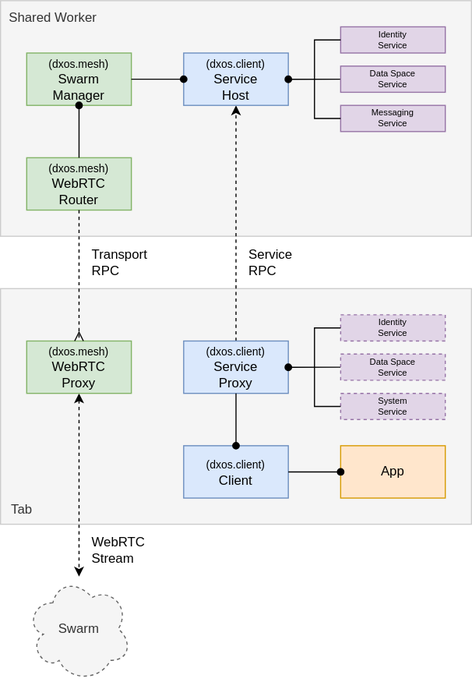
Earlier version of the draw.io export docs/docs/design/diagrams/client-webrtc-router.drawio.svg (dxos/dxos). Source tidied: cells renumbered, new cells last; positions are measured from the earlier drawing's top-left corner, leaving out a move shared by most shapes.
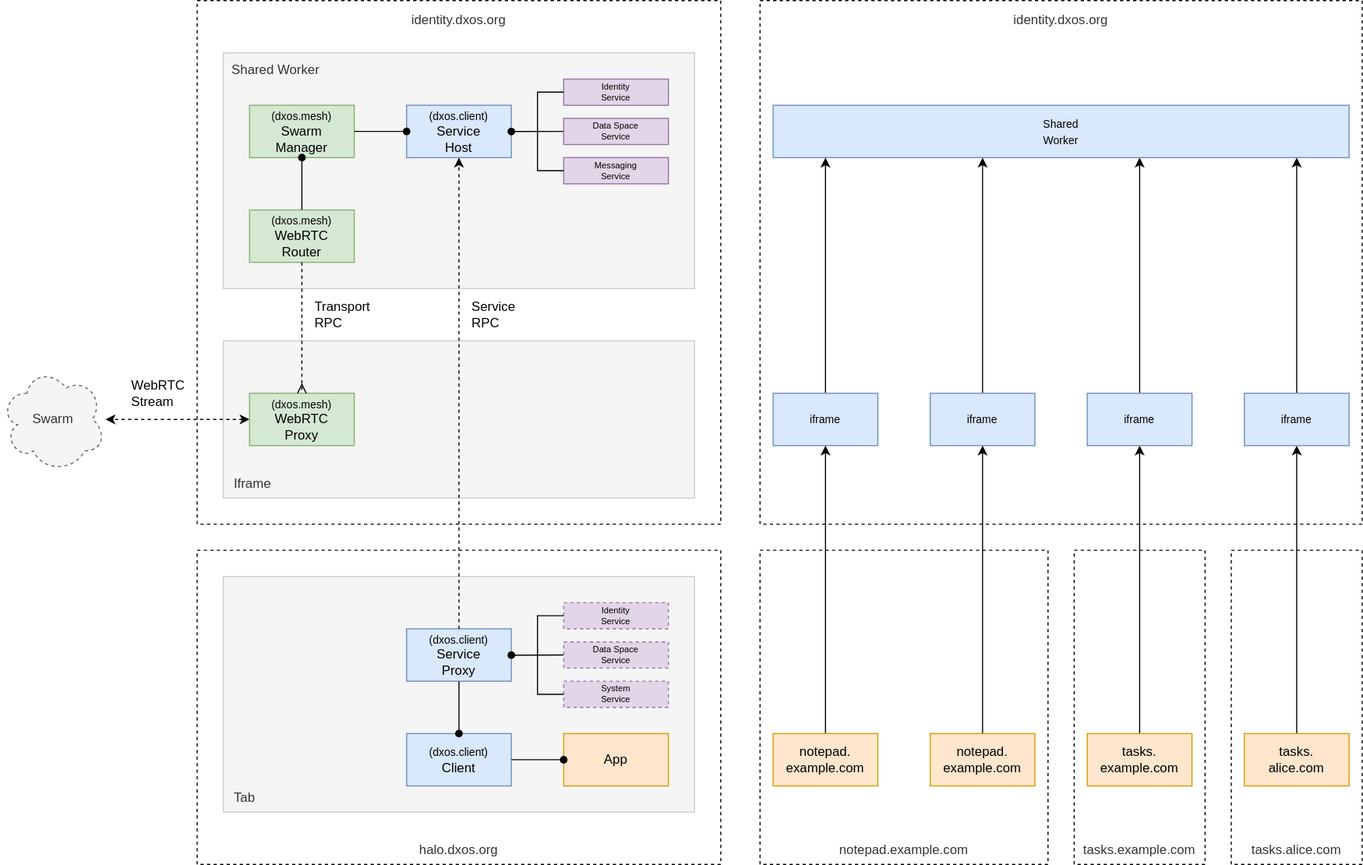
The same diagram one commit later.

Commit message:
docs: Restore client diagram (#1600)

Change to the diagram source:
```diff
@@ -2,13 +2,31 @@
   <root>
     <mxCell id="0" />
     <mxCell id="1" parent="0" />
+    <mxCell id="34" value="notepad.example.com" style="rounded=0;whiteSpace=wrap;html=1;fillColor=none;fontColor=#333333;strokeColor=default;verticalAlign=bottom;spacingBottom=4;spacingTop=4;align=center;spacingRight=8;spacingLeft=8;dashed=1;" parent="1" vertex="1">
+      <mxGeometry x="492" y="456" width="264" height="288" as="geometry" />
+    </mxCell>
+    <mxCell id="35" value="tasks.alice.com" style="rounded=0;whiteSpace=wrap;html=1;fillColor=none;fontColor=#333333;strokeColor=default;verticalAlign=bottom;spacingBottom=4;spacingTop=4;align=center;spacingRight=8;spacingLeft=8;dashed=1;" parent="1" vertex="1">
+      <mxGeometry x="924" y="456" width="120" height="288" as="geometry" />
+    </mxCell>
+    <mxCell id="36" value="tasks.example.com" style="rounded=0;whiteSpace=wrap;html=1;fillColor=none;fontColor=#333333;strokeColor=default;verticalAlign=bottom;spacingBottom=4;spacingTop=4;align=center;spacingRight=8;spacingLeft=8;dashed=1;" parent="1" vertex="1">
+      <mxGeometry x="780" y="456" width="120" height="288" as="geometry" />
+    </mxCell>
+    <mxCell id="37" value="identity.dxos.org" style="rounded=0;whiteSpace=wrap;html=1;fillColor=none;fontColor=#333333;strokeColor=default;verticalAlign=top;spacingBottom=4;spacingTop=4;align=center;spacingRight=8;spacingLeft=8;dashed=1;" parent="1" vertex="1">
+      <mxGeometry x="492" y="-48" width="552" height="480" as="geometry" />
+    </mxCell>
+    <mxCell id="38" value="halo.dxos.org" style="rounded=0;whiteSpace=wrap;html=1;fillColor=none;fontColor=#333333;strokeColor=default;verticalAlign=bottom;spacingBottom=4;spacingTop=4;align=center;spacingRight=8;spacingLeft=8;dashed=1;" parent="1" vertex="1">
+      <mxGeometry x="-24" y="456" width="480" height="288" as="geometry" />
+    </mxCell>
+    <mxCell id="39" value="identity.dxos.org" style="rounded=0;whiteSpace=wrap;html=1;fillColor=none;fontColor=#333333;strokeColor=default;verticalAlign=top;spacingBottom=4;spacingTop=4;align=center;spacingRight=8;spacingLeft=8;dashed=1;" parent="1" vertex="1">
+      <mxGeometry x="-24" y="-48" width="480" height="480" as="geometry" />
+    </mxCell>
     <mxCell id="2" value="Shared Worker" style="rounded=0;whiteSpace=wrap;html=1;fillColor=#f5f5f5;fontColor=#333333;strokeColor=#CCCCCC;verticalAlign=top;spacingBottom=4;spacingTop=4;align=left;spacing=0;spacingRight=8;spacingLeft=8;" parent="1" vertex="1">
       <mxGeometry width="432" height="216" as="geometry" />
     </mxCell>
-    <mxCell id="3" value="Tab" style="rounded=0;whiteSpace=wrap;html=1;fillColor=#f5f5f5;fontColor=#333333;strokeColor=#CCCCCC;verticalAlign=bottom;spacingBottom=4;spacingTop=4;align=left;spacingRight=8;spacingLeft=8;" parent="1" vertex="1">
-      <mxGeometry y="264" width="432" height="216" as="geometry" />
+    <mxCell id="3" value="Iframe" style="rounded=0;whiteSpace=wrap;html=1;fillColor=#f5f5f5;fontColor=#333333;strokeColor=#CCCCCC;verticalAlign=bottom;spacingBottom=4;spacingTop=4;align=left;spacingRight=8;spacingLeft=8;" parent="1" vertex="1">
+      <mxGeometry y="264" width="432" height="144" as="geometry" />
     </mxCell>
-    <mxCell id="4" style="edgeStyle=none;html=1;startArrow=classic;startFill=1;endArrow=classic;endFill=1;exitX=0.5;exitY=1;exitDx=0;exitDy=0;dashed=1;" parent="1" edge="1" source="5" target="10">
+    <mxCell id="4" style="edgeStyle=none;html=1;startArrow=classic;startFill=1;endArrow=classic;endFill=1;exitX=0;exitY=0.5;exitDx=0;exitDy=0;dashed=1;" parent="1" edge="1" source="5" target="10">
       <mxGeometry relative="1" as="geometry" />
     </mxCell>
     <mxCell id="5" value="&lt;font style=&quot;font-size: 10px&quot;&gt;(dxos.mesh)&lt;br&gt;&lt;/font&gt;WebRTC&lt;br&gt;Proxy" style="rounded=0;whiteSpace=wrap;html=1;fillColor=#d5e8d4;strokeColor=#82b366;" parent="1" vertex="1">
@@ -17,33 +35,15 @@
     <mxCell id="6" value="&lt;font style=&quot;font-size: 10px&quot;&gt;(dxos.mesh)&lt;/font&gt;&lt;br&gt;WebRTC&lt;br&gt;Router" style="rounded=0;whiteSpace=wrap;html=1;fillColor=#d5e8d4;strokeColor=#82b366;" parent="1" vertex="1">
       <mxGeometry x="24" y="144" width="96" height="48" as="geometry" />
     </mxCell>
-    <mxCell id="7" style="edgeStyle=none;html=1;exitX=0.5;exitY=0;exitDx=0;exitDy=0;entryX=0.5;entryY=1;entryDx=0;entryDy=0;startArrow=none;startFill=0;endArrow=classic;endFill=1;dashed=1;" parent="1" edge="1" source="8" target="9">
-      <mxGeometry relative="1" as="geometry" />
-    </mxCell>
-    <mxCell id="8" value="&lt;font style=&quot;font-size: 10px&quot;&gt;(dxos.client)&lt;br&gt;&lt;/font&gt;Service&lt;br&gt;Proxy" style="rounded=0;whiteSpace=wrap;html=1;fillColor=#dae8fc;strokeColor=#6c8ebf;" parent="1" vertex="1">
-      <mxGeometry x="168" y="312" width="96" height="48" as="geometry" />
-    </mxCell>
     <mxCell id="9" value="&lt;font style=&quot;font-size: 10px&quot;&gt;(dxos.client)&lt;/font&gt;&lt;br&gt;Service&lt;br&gt;Host" style="rounded=0;whiteSpace=wrap;html=1;fillColor=#dae8fc;strokeColor=#6c8ebf;" parent="1" vertex="1">
       <mxGeometry x="168" y="48" width="96" height="48" as="geometry" />
     </mxCell>
     <mxCell id="10" value="Swarm" style="ellipse;shape=cloud;whiteSpace=wrap;html=1;dashed=1;fillColor=#f5f5f5;fontColor=#333333;strokeColor=#666666;" parent="1" vertex="1">
-      <mxGeometry x="24" y="528" width="96" height="96" as="geometry" />
+      <mxGeometry x="-204" y="288" width="96" height="96" as="geometry" />
     </mxCell>
     <mxCell id="11" value="WebRTC&lt;br&gt;Stream" style="rounded=0;whiteSpace=wrap;html=1;dashed=1;align=left;spacingLeft=10;strokeColor=none;fillColor=none;" parent="1" vertex="1">
-      <mxGeometry x="72" y="480" width="96" height="48" as="geometry" />
+      <mxGeometry x="-96" y="288" width="96" height="48" as="geometry" />
     </mxCell>
-    <mxCell id="12" value="&lt;font style=&quot;font-size: 10px&quot;&gt;(dxos.client)&lt;br&gt;&lt;/font&gt;Client" style="rounded=0;whiteSpace=wrap;html=1;fillColor=#dae8fc;strokeColor=#6c8ebf;" parent="1" vertex="1">
-      <mxGeometry x="168" y="408" width="96" height="48" as="geometry" />
-    </mxCell>
-    <mxCell id="13" value="App" style="rounded=0;whiteSpace=wrap;html=1;fillColor=#ffe6cc;strokeColor=#d79b00;" parent="1" vertex="1">
-      <mxGeometry x="312" y="408" width="96" height="48" as="geometry" />
-    </mxCell>
-    <mxCell id="14" style="edgeStyle=none;html=1;exitX=0.5;exitY=0;exitDx=0;exitDy=0;startArrow=oval;startFill=1;endArrow=none;endFill=0;" parent="1" edge="1" source="12" target="8">
-      <mxGeometry relative="1" as="geometry" />
-    </mxCell>
-    <mxCell id="15" style="edgeStyle=none;html=1;exitX=0;exitY=0.5;exitDx=0;exitDy=0;startArrow=oval;startFill=1;endArrow=none;endFill=0;" parent="1" edge="1" source="13" target="12">
-      <mxGeometry relative="1" as="geometry" />
-    </mxCell>
     <mxCell id="16" value="Transport&lt;br&gt;RPC" style="rounded=0;whiteSpace=wrap;html=1;dashed=1;align=left;spacingLeft=10;strokeColor=none;fillColor=none;" parent="1" vertex="1">
       <mxGeometry x="72" y="216" width="96" height="48" as="geometry" />
     </mxCell>
@@ -87,8 +87,26 @@
         </Array>
       </mxGeometry>
     </mxCell>
+    <mxCell id="40" value="Tab" style="rounded=0;whiteSpace=wrap;html=1;fillColor=#f5f5f5;fontColor=#333333;strokeColor=#CCCCCC;verticalAlign=bottom;spacingBottom=4;spacingTop=4;align=left;spacingRight=8;spacingLeft=8;" parent="1" vertex="1">
+      <mxGeometry y="480" width="432" height="216" as="geometry" />
+    </mxCell>
+    <mxCell id="8" value="&lt;font style=&quot;font-size: 10px&quot;&gt;(dxos.client)&lt;br&gt;&lt;/font&gt;Service&lt;br&gt;Proxy" style="rounded=0;whiteSpace=wrap;html=1;fillColor=#dae8fc;strokeColor=#6c8ebf;" parent="1" vertex="1">
+      <mxGeometry x="168" y="528" width="96" height="48" as="geometry" />
+    </mxCell>
+    <mxCell id="12" value="&lt;font style=&quot;font-size: 10px&quot;&gt;(dxos.client)&lt;br&gt;&lt;/font&gt;Client" style="rounded=0;whiteSpace=wrap;html=1;fillColor=#dae8fc;strokeColor=#6c8ebf;" parent="1" vertex="1">
+      <mxGeometry x="168" y="624" width="96" height="48" as="geometry" />
+    </mxCell>
+    <mxCell id="13" value="App" style="rounded=0;whiteSpace=wrap;html=1;fillColor=#ffe6cc;strokeColor=#d79b00;" parent="1" vertex="1">
+      <mxGeometry x="312" y="624" width="96" height="48" as="geometry" />
+    </mxCell>
+    <mxCell id="14" style="edgeStyle=none;html=1;exitX=0.5;exitY=0;exitDx=0;exitDy=0;startArrow=oval;startFill=1;endArrow=none;endFill=0;" parent="1" edge="1" source="12" target="8">
+      <mxGeometry relative="1" as="geometry" />
+    </mxCell>
+    <mxCell id="15" style="edgeStyle=none;html=1;exitX=0;exitY=0.5;exitDx=0;exitDy=0;startArrow=oval;startFill=1;endArrow=none;endFill=0;" parent="1" edge="1" source="13" target="12">
+      <mxGeometry relative="1" as="geometry" />
+    </mxCell>
     <mxCell id="28" style="group;" parent="1" vertex="1">
-      <mxGeometry x="264" y="288" width="144" height="96" as="geometry" />
+      <mxGeometry x="264" y="504" width="144" height="96" as="geometry" />
     </mxCell>
     <mxCell id="29" value="Identity&lt;br style=&quot;font-size: 8px&quot;&gt;Service" style="rounded=0;whiteSpace=wrap;html=1;fontSize=8;fillColor=#e1d5e7;strokeColor=#9673a6;dashed=1;" parent="28" vertex="1">
       <mxGeometry x="48" width="96" height="24" as="geometry" />
@@ -112,5 +130,71 @@
         </Array>
       </mxGeometry>
     </mxCell>
+    <mxCell id="7" style="edgeStyle=none;html=1;exitX=0.5;exitY=0;exitDx=0;exitDy=0;entryX=0.5;entryY=1;entryDx=0;entryDy=0;startArrow=none;startFill=0;endArrow=classic;endFill=1;dashed=1;" parent="1" edge="1" source="8" target="9">
+      <mxGeometry relative="1" as="geometry" />
+    </mxCell>
+    <mxCell id="41" style="edgeStyle=none;html=1;exitX=0.5;exitY=0;exitDx=0;exitDy=0;" parent="1" edge="1" source="42" target="44">
+      <mxGeometry relative="1" as="geometry" />
+    </mxCell>
+    <mxCell id="42" value="tasks.&lt;br&gt;example.com" style="rounded=0;whiteSpace=wrap;html=1;fillColor=#ffe6cc;strokeColor=#d79b00;" parent="1" vertex="1">
+      <mxGeometry x="792" y="624" width="96" height="48" as="geometry" />
+    </mxCell>
+    <mxCell id="43" style="edgeStyle=none;rounded=0;html=1;exitX=0.5;exitY=0;exitDx=0;exitDy=0;" parent="1" edge="1" source="44" target="60">
+      <mxGeometry relative="1" as="geometry" />
+    </mxCell>
+    <mxCell id="44" value="&lt;span style=&quot;font-size: 10px&quot;&gt;iframe&lt;/span&gt;" style="rounded=0;whiteSpace=wrap;html=1;fillColor=#dae8fc;strokeColor=#6c8ebf;strokeWidth=1;" parent="1" vertex="1">
+      <mxGeometry x="792" y="312" width="96" height="48" as="geometry" />
+    </mxCell>
+    <mxCell id="45" value="&lt;span style=&quot;font-size: 10px&quot;&gt;Shared&lt;br&gt;Worker&lt;br&gt;&lt;/span&gt;" style="rounded=0;whiteSpace=wrap;html=1;fillColor=#dae8fc;strokeColor=#6c8ebf;" parent="1" vertex="1">
+      <mxGeometry x="504" y="48" width="528" height="48" as="geometry" />
+    </mxCell>
+    <mxCell id="46" style="edgeStyle=none;html=1;exitX=0.5;exitY=0;exitDx=0;exitDy=0;entryX=0.5;entryY=1;entryDx=0;entryDy=0;" parent="1" edge="1" source="47" target="49">
+      <mxGeometry relative="1" as="geometry" />
+    </mxCell>
+    <mxCell id="47" value="tasks.&lt;br&gt;alice.com" style="rounded=0;whiteSpace=wrap;html=1;fillColor=#ffe6cc;strokeColor=#d79b00;" parent="1" vertex="1">
+      <mxGeometry x="936" y="624" width="96" height="48" as="geometry" />
+    </mxCell>
+    <mxCell id="48" style="edgeStyle=none;rounded=0;html=1;exitX=0.5;exitY=0;exitDx=0;exitDy=0;" parent="1" edge="1" source="49" target="61">
+      <mxGeometry relative="1" as="geometry" />
+    </mxCell>
+    <mxCell id="49" value="&lt;span style=&quot;font-size: 10px&quot;&gt;iframe&lt;/span&gt;" style="rounded=0;whiteSpace=wrap;html=1;fillColor=#dae8fc;strokeColor=#6c8ebf;" parent="1" vertex="1">
+      <mxGeometry x="936" y="312" width="96" height="48" as="geometry" />
+    </mxCell>
+    <mxCell id="50" style="edgeStyle=none;html=1;exitX=0.5;exitY=0;exitDx=0;exitDy=0;" parent="1" edge="1" source="51" target="53">
+      <mxGeometry relative="1" as="geometry" />
+    </mxCell>
+    <mxCell id="51" value="notepad.&lt;br&gt;example.com" style="rounded=0;whiteSpace=wrap;html=1;fillColor=#ffe6cc;strokeColor=#d79b00;" parent="1" vertex="1">
+      <mxGeometry x="648" y="624" width="96" height="48" as="geometry" />
+    </mxCell>
+    <mxCell id="52" style="edgeStyle=none;rounded=0;html=1;exitX=0.5;exitY=0;exitDx=0;exitDy=0;" parent="1" edge="1" source="53" target="59">
+      <mxGeometry relative="1" as="geometry" />
+    </mxCell>
+    <mxCell id="53" value="&lt;span style=&quot;font-size: 10px&quot;&gt;iframe&lt;/span&gt;" style="rounded=0;whiteSpace=wrap;html=1;fillColor=#dae8fc;strokeColor=#6c8ebf;" parent="1" vertex="1">
+      <mxGeometry x="648" y="312" width="96" height="48" as="geometry" />
+    </mxCell>
+    <mxCell id="54" style="edgeStyle=none;html=1;exitX=0.5;exitY=0;exitDx=0;exitDy=0;entryX=0.5;entryY=1;entryDx=0;entryDy=0;" parent="1" edge="1" source="55" target="57">
+      <mxGeometry relative="1" as="geometry" />
+    </mxCell>
+    <mxCell id="55" value="notepad.&lt;br&gt;example.com" style="rounded=0;whiteSpace=wrap;html=1;fillColor=#ffe6cc;strokeColor=#d79b00;" parent="1" vertex="1">
+      <mxGeometry x="504" y="624" width="96" height="48" as="geometry" />
+    </mxCell>
+    <mxCell id="56" style="html=1;exitX=0.5;exitY=0;exitDx=0;exitDy=0;" parent="1" edge="1" source="57" target="58">
+      <mxGeometry relative="1" as="geometry" />
+    </mxCell>
+    <mxCell id="57" value="&lt;span style=&quot;font-size: 10px&quot;&gt;iframe&lt;/span&gt;" style="rounded=0;whiteSpace=wrap;html=1;fillColor=#dae8fc;strokeColor=#6c8ebf;" parent="1" vertex="1">
+      <mxGeometry x="504" y="312" width="96" height="48" as="geometry" />
+    </mxCell>
+    <mxCell id="58" style="rounded=0;whiteSpace=wrap;html=1;dashed=1;strokeColor=none;strokeWidth=4;fillColor=none;" parent="1" vertex="1">
+      <mxGeometry x="504" y="48" width="96" height="48" as="geometry" />
+    </mxCell>
+    <mxCell id="59" style="rounded=0;whiteSpace=wrap;html=1;dashed=1;strokeColor=none;strokeWidth=4;fillColor=none;" parent="1" vertex="1">
+      <mxGeometry x="648" y="48" width="96" height="48" as="geometry" />
+    </mxCell>
+    <mxCell id="60" style="rounded=0;whiteSpace=wrap;html=1;dashed=1;strokeColor=none;strokeWidth=4;fillColor=none;" parent="1" vertex="1">
+      <mxGeometry x="792" y="48" width="96" height="48" as="geometry" />
+    </mxCell>
+    <mxCell id="61" style="rounded=0;whiteSpace=wrap;html=1;dashed=1;strokeColor=none;strokeWidth=4;fillColor=none;" parent="1" vertex="1">
+      <mxGeometry x="936" y="48" width="96" height="48" as="geometry" />
+    </mxCell>
   </root>
 </mxGraphModel>
```
